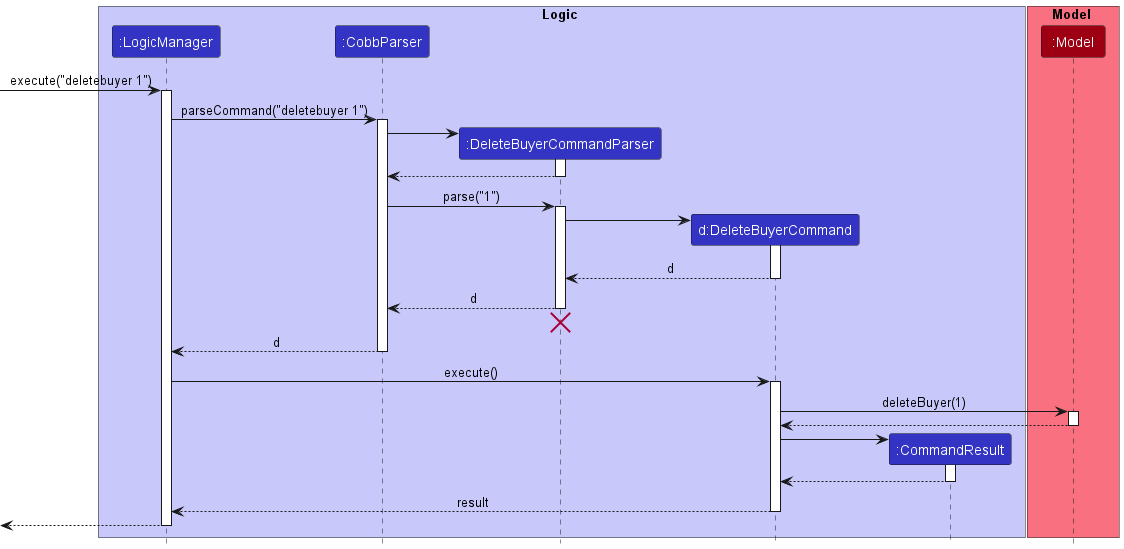
Above: docs/images/DeleteSequenceDiagram.png in nus-cs2103-AY2223S1/tp (PlantUML), before the change.
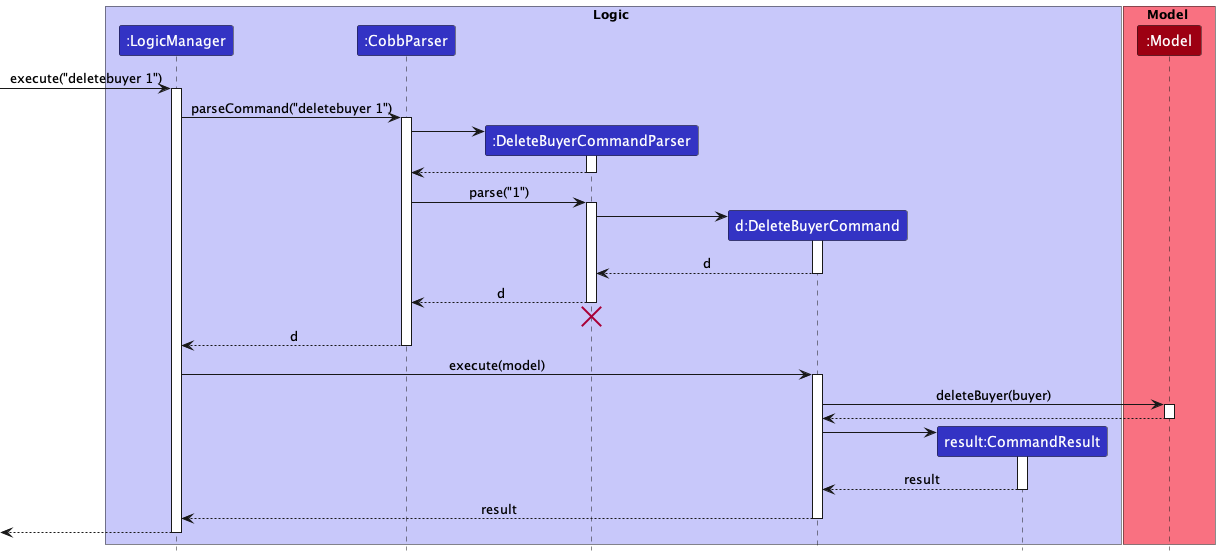
Later version of the same file.

Diff of the diagram source:
```diff
@@ -6,7 +6,7 @@
 participant ":CobbParser" as CobbParser LOGIC_COLOR
 participant ":DeleteBuyerCommandParser" as DeleteBuyerCommandParser LOGIC_COLOR
 participant "d:DeleteBuyerCommand" as DeleteBuyerCommand LOGIC_COLOR
-participant ":CommandResult" as CommandResult LOGIC_COLOR
+participant "result:CommandResult" as CommandResult LOGIC_COLOR
 end box
 
 box Model MODEL_COLOR_T1
@@ -44,10 +44,10 @@
 CobbParser --> LogicManager : d
 deactivate CobbParser
 
-LogicManager -> DeleteBuyerCommand : execute()
+LogicManager -> DeleteBuyerCommand : execute(model)
 activate DeleteBuyerCommand
 
-DeleteBuyerCommand -> Model : deleteBuyer(1)
+DeleteBuyerCommand -> Model : deleteBuyer(buyer)
 activate Model
 
 Model --> DeleteBuyerCommand
@@ -57,7 +57,7 @@
 DeleteBuyerCommand -> CommandResult
 activate CommandResult
 
-CommandResult --> DeleteBuyerCommand
+CommandResult --> DeleteBuyerCommand: result
 deactivate CommandResult
 
 DeleteBuyerCommand --> LogicManager : result
```
